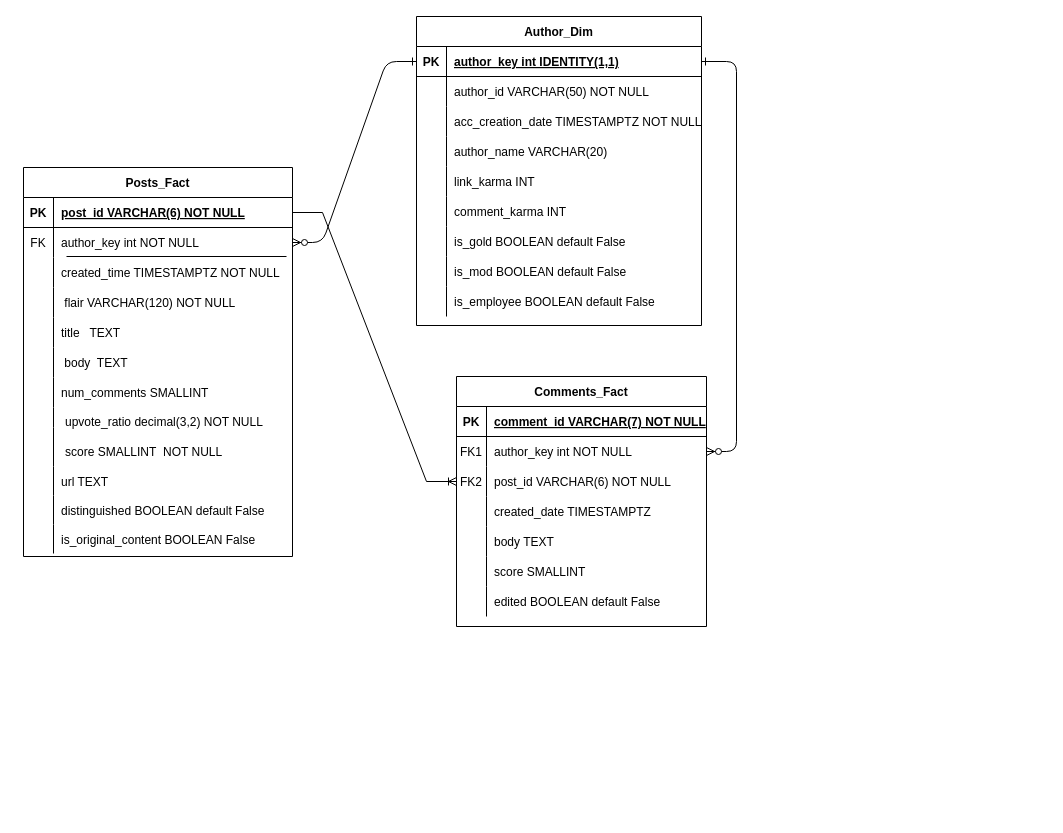
Before: Untitled Diagram.drawio in haresh-seenivasagan/singaporesub, a draw.io diagram. Source tidied: cells renumbered, new cells numbered last; positions are measured from the earlier drawing's top-left corner, leaving out a move shared by most shapes. Both pictures are drawn from the tidied source at 100%, with x=0, y=0 at pixel (23, 16).
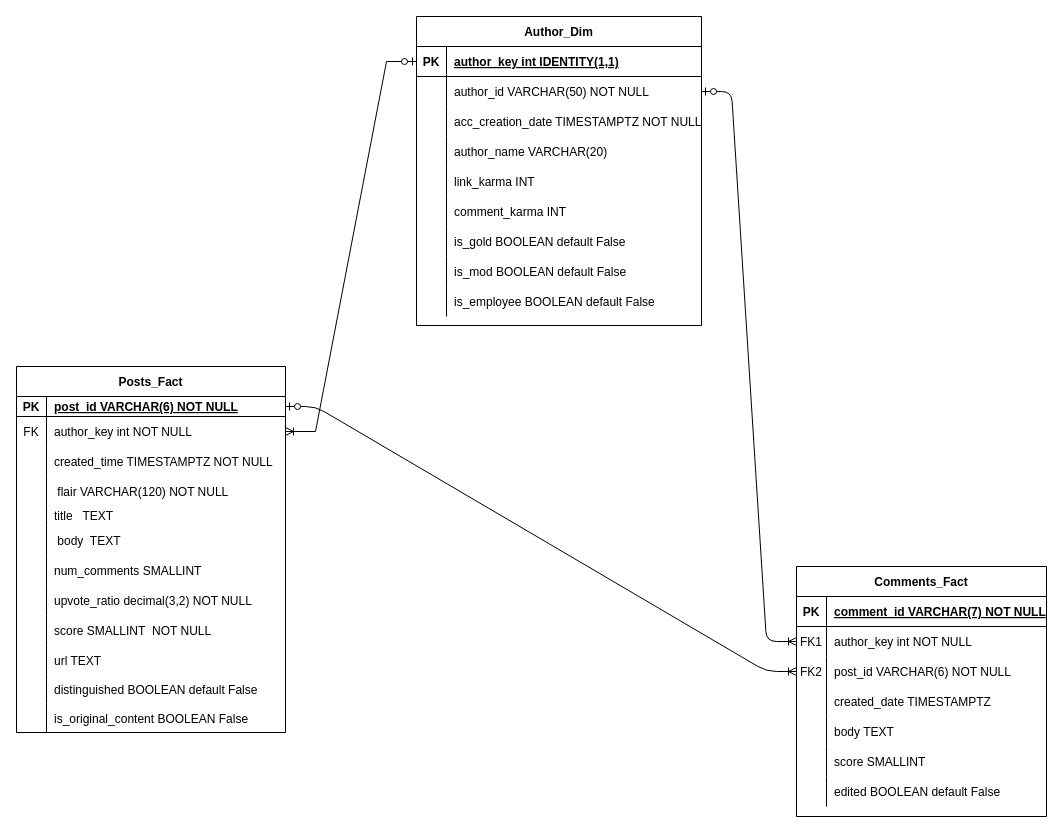
After the change.

Unchanged cells that the change refers to:
```xml
<mxCell id="5" style="shape=partialRectangle;fillColor=none;points=[[0,0.5],[1,0.5]];portConstraint=eastwest;top=0;left=0;right=0;bottom=1;" parent="4" vertex="1">
  <mxGeometry y="30" width="285" height="30" as="geometry" />
</mxCell>
<mxCell id="8" style="shape=partialRectangle;fillColor=none;points=[[0,0.5],[1,0.5]];portConstraint=eastwest;top=0;left=0;right=0;bottom=0;" parent="4" vertex="1">
  <mxGeometry y="60" width="285" height="30" as="geometry" />
</mxCell>
<mxCell id="36" style="shape=partialRectangle;fillColor=none;points=[[0,0.5],[1,0.5]];portConstraint=eastwest;top=0;left=0;right=0;bottom=0;" parent="32" vertex="1">
  <mxGeometry y="60" width="250" height="30" as="geometry" />
</mxCell>
<mxCell id="39" style="shape=partialRectangle;fillColor=none;points=[[0,0.5],[1,0.5]];portConstraint=eastwest;top=0;left=0;right=0;bottom=0;" parent="32" vertex="1">
  <mxGeometry y="90" width="250" height="30" as="geometry" />
</mxCell>
```

Diff of the diagram source:
```diff
@@
-    <mxCell id="2" style="edgeStyle=entityRelationEdgeStyle;endArrow=ERzeroToMany;startArrow=ERone;endFill=1;startFill=0;entryX=1;entryY=0.5;entryDx=0;entryDy=0;exitX=0;exitY=0.5;exitDx=0;exitDy=0;" parent="1" edge="1" source="5" target="58">
-      <mxGeometry relative="1" as="geometry" />
-    </mxCell>
-    <mxCell id="3" style="edgeStyle=entityRelationEdgeStyle;endArrow=ERzeroToMany;startArrow=ERone;endFill=1;startFill=0;" parent="1" edge="1" source="5" target="36">
-      <mxGeometry relative="1" as="geometry" />
-    </mxCell>
@@
-    <mxCell id="32" value="Comments_Fact" style="shape=table;startSize=30;childLayout=tableLayout;rowLines=0;fontStyle=1;align=center;" parent="1" vertex="1">
-      <mxGeometry x="433" y="360" width="250" height="250" as="geometry" />
+    <mxCell id="32" value="Comments_Fact" style="shape=table;startSize=30&#10;;childLayout=tableLayout;rowLines=0;fontStyle=1;align=center;" parent="1" vertex="1">
+      <mxGeometry x="773" y="550" width="250" height="250" as="geometry" />
     </mxCell>
@@
+    <mxCell id="92" style="shape=partialRectangle;overflow=hidden;fillColor=none;top=0;left=0;bottom=0;right=0;align=left;spacingLeft=6;" parent="1" vertex="1">
+      <mxGeometry x="113" y="400" width="239" height="30" as="geometry" />
+    </mxCell>
+    <mxCell id="93" style="shape=partialRectangle;overflow=hidden;fillColor=none;top=0;left=0;bottom=0;right=0;align=left;spacingLeft=6;" parent="1" vertex="1">
+      <mxGeometry x="113" y="430" width="239" height="30" as="geometry" />
+    </mxCell>
+    <mxCell id="2" style="edgeStyle=entityRelationEdgeStyle;fontSize=12;html=1;endArrow=ERoneToMany;startArrow=ERzeroToOne;rounded=0;exitX=0;exitY=0.5;exitDx=0;exitDy=0;entryX=1;entryY=0.5;entryDx=0;entryDy=0;" parent="1" edge="1" source="5" target="58">
+      <mxGeometry relative="1" as="geometry" />
+    </mxCell>
+    <mxCell id="95" style="edgeStyle=entityRelationEdgeStyle;fontSize=12;html=1;endArrow=ERoneToMany;startArrow=ERzeroToOne;rounded=1;entryX=0;entryY=0.5;entryDx=0;entryDy=0;" parent="1" edge="1" source="8" target="36">
+      <mxGeometry relative="1" as="geometry" />
+    </mxCell>
     <mxCell id="54" value="Posts_Fact" style="shape=table;startSize=30;childLayout=tableLayout;rowLines=0;fontStyle=1;align=center;" parent="1" vertex="1">
-      <mxGeometry y="151" width="269" height="389" as="geometry" />
+      <mxGeometry x="-7" y="350" width="269" height="366" as="geometry" />
     </mxCell>
     <mxCell id="55" style="shape=partialRectangle;fillColor=none;points=[[0,0.5],[1,0.5]];portConstraint=eastwest;top=0;left=0;right=0;bottom=1;" parent="54" vertex="1">
-      <mxGeometry y="30" width="269" height="30" as="geometry" />
+      <mxGeometry y="30" width="269" height="20" as="geometry" />
     </mxCell>
     <mxCell id="56" value="PK" style="shape=partialRectangle;overflow=hidden;fillColor=none;top=0;left=0;bottom=0;right=0;fontStyle=1;" parent="55" vertex="1">
-      <mxGeometry width="30" height="30" as="geometry" />
+      <mxGeometry width="30" height="20" as="geometry" />
     </mxCell>
     <mxCell id="57" value="post_id VARCHAR(6) NOT NULL" style="shape=partialRectangle;overflow=hidden;fillColor=none;top=0;left=0;bottom=0;right=0;align=left;spacingLeft=6;fontStyle=5;" parent="55" vertex="1">
-      <mxGeometry x="30" width="239" height="30" as="geometry" />
+      <mxGeometry x="30" width="239" height="20" as="geometry" />
     </mxCell>
     <mxCell id="58" style="shape=partialRectangle;fillColor=none;points=[[0,0.5],[1,0.5]];portConstraint=eastwest;top=0;left=0;right=0;bottom=0;" parent="54" vertex="1">
-      <mxGeometry y="60" width="269" height="30" as="geometry" />
+      <mxGeometry y="50" width="269" height="30" as="geometry" />
     </mxCell>
@@
     <mxCell id="61" style="shape=partialRectangle;fillColor=none;top=0;left=0;right=0;bottom=0;" parent="54" vertex="1">
-      <mxGeometry y="90" width="269" height="30" as="geometry" />
+      <mxGeometry y="80" width="269" height="30" as="geometry" />
     </mxCell>
@@
     <mxCell id="64" style="shape=partialRectangle;fillColor=none;top=0;left=0;right=0;bottom=0;" parent="54" vertex="1">
-      <mxGeometry y="120" width="269" height="30" as="geometry" />
+      <mxGeometry y="110" width="269" height="29" as="geometry" />
     </mxCell>
     <mxCell id="65" style="shape=partialRectangle;overflow=hidden;fillColor=none;top=0;left=0;bottom=0;right=0;" parent="64" vertex="1">
-      <mxGeometry width="30" height="30" as="geometry" />
+      <mxGeometry width="30" height="29" as="geometry" />
     </mxCell>
     <mxCell id="66" value=" flair VARCHAR(120) NOT NULL" style="shape=partialRectangle;overflow=hidden;fillColor=none;top=0;left=0;bottom=0;right=0;align=left;spacingLeft=6;" parent="64" vertex="1">
-      <mxGeometry x="30" width="239" height="30" as="geometry" />
+      <mxGeometry x="30" width="239" height="29" as="geometry" />
     </mxCell>
     <mxCell id="67" style="shape=partialRectangle;fillColor=none;top=0;left=0;right=0;bottom=0;" parent="54" vertex="1">
-      <mxGeometry y="150" width="269" height="30" as="geometry" />
+      <mxGeometry y="139" width="269" height="20" as="geometry" />
     </mxCell>
     <mxCell id="68" style="shape=partialRectangle;overflow=hidden;fillColor=none;top=0;left=0;bottom=0;right=0;" parent="67" vertex="1">
-      <mxGeometry width="30" height="30" as="geometry" />
+      <mxGeometry width="30" height="20" as="geometry" />
     </mxCell>
     <mxCell id="69" value="title   TEXT " style="shape=partialRectangle;overflow=hidden;fillColor=none;top=0;left=0;bottom=0;right=0;align=left;spacingLeft=6;" parent="67" vertex="1">
-      <mxGeometry x="30" width="239" height="30" as="geometry" />
+      <mxGeometry x="30" width="239" height="20" as="geometry" />
     </mxCell>
     <mxCell id="70" style="shape=partialRectangle;fillColor=none;top=0;left=0;right=0;bottom=0;" parent="54" vertex="1">
-      <mxGeometry y="180" width="269" height="30" as="geometry" />
+      <mxGeometry y="159" width="269" height="30" as="geometry" />
     </mxCell>
@@
     <mxCell id="73" style="shape=partialRectangle;fillColor=none;top=0;left=0;right=0;bottom=0;" parent="54" vertex="1">
-      <mxGeometry y="210" width="269" height="30" as="geometry" />
+      <mxGeometry y="189" width="269" height="30" as="geometry" />
     </mxCell>
@@
-    <mxCell id="76" style="shape=partialRectangle;fillColor=none;top=0;left=0;right=0;bottom=0;" parent="54" vertex="1">
-      <mxGeometry y="240" width="269" height="20" as="geometry" />
-    </mxCell>
-    <mxCell id="77" style="shape=partialRectangle;overflow=hidden;fillColor=none;top=0;left=0;bottom=0;right=0;" parent="76" vertex="1">
-      <mxGeometry width="30" height="20" as="geometry" />
-    </mxCell>
-    <mxCell id="78" style="shape=partialRectangle;overflow=hidden;fillColor=none;top=0;left=0;bottom=0;right=0;align=left;spacingLeft=6;" parent="76" vertex="1">
-      <mxGeometry x="30" width="239" height="20" as="geometry" />
-    </mxCell>
-    <mxCell id="79" style="shape=partialRectangle;fillColor=none;top=0;left=0;right=0;bottom=0;" parent="54" vertex="1">
-      <mxGeometry y="260" width="269" height="39" as="geometry" />
-    </mxCell>
-    <mxCell id="80" style="shape=partialRectangle;overflow=hidden;fillColor=none;top=0;left=0;bottom=0;right=0;" parent="79" vertex="1">
-      <mxGeometry width="30" height="39" as="geometry" />
-    </mxCell>
-    <mxCell id="81" style="shape=partialRectangle;overflow=hidden;fillColor=none;top=0;left=0;bottom=0;right=0;align=left;spacingLeft=6;" parent="79" vertex="1">
-      <mxGeometry x="30" width="239" height="39" as="geometry" />
-    </mxCell>
+    <mxCell id="96" style="shape=partialRectangle;fillColor=none;top=0;left=0;right=0;bottom=0;" parent="54" vertex="1">
+      <mxGeometry y="219" width="269" height="30" as="geometry" />
+    </mxCell>
+    <mxCell id="97" style="shape=partialRectangle;overflow=hidden;fillColor=none;top=0;left=0;bottom=0;right=0;" parent="96" vertex="1">
+      <mxGeometry width="30" height="30" as="geometry" />
+    </mxCell>
+    <mxCell id="98" value="upvote_ratio decimal(3,2) NOT NULL" style="shape=partialRectangle;overflow=hidden;fillColor=none;top=0;left=0;bottom=0;right=0;align=left;spacingLeft=6;" parent="96" vertex="1">
+      <mxGeometry x="30" width="239" height="30" as="geometry" />
+    </mxCell>
+    <mxCell id="99" style="shape=partialRectangle;fillColor=none;top=0;left=0;right=0;bottom=0;" parent="54" vertex="1">
+      <mxGeometry y="249" width="269" height="30" as="geometry" />
+    </mxCell>
+    <mxCell id="100" style="shape=partialRectangle;overflow=hidden;fillColor=none;top=0;left=0;bottom=0;right=0;" parent="99" vertex="1">
+      <mxGeometry width="30" height="30" as="geometry" />
+    </mxCell>
+    <mxCell id="101" value="score SMALLINT  NOT NULL" style="shape=partialRectangle;overflow=hidden;fillColor=none;top=0;left=0;bottom=0;right=0;align=left;spacingLeft=6;" parent="99" vertex="1">
+      <mxGeometry x="30" width="239" height="30" as="geometry" />
+    </mxCell>
     <mxCell id="82" style="shape=partialRectangle;fillColor=none;top=0;left=0;right=0;bottom=0;" parent="54" vertex="1">
-      <mxGeometry y="299" width="269" height="29" as="geometry" />
+      <mxGeometry y="279" width="269" height="29" as="geometry" />
     </mxCell>
@@
     <mxCell id="85" style="shape=partialRectangle;fillColor=none;top=0;left=0;right=0;bottom=0;" parent="54" vertex="1">
-      <mxGeometry y="328" width="269" height="29" as="geometry" />
+      <mxGeometry y="308" width="269" height="29" as="geometry" />
     </mxCell>
@@
     <mxCell id="88" style="shape=partialRectangle;fillColor=none;top=0;left=0;right=0;bottom=0;" parent="54" vertex="1">
-      <mxGeometry y="357" width="269" height="29" as="geometry" />
+      <mxGeometry y="337" width="269" height="29" as="geometry" />
     </mxCell>
@@
-    <mxCell id="91" style="endArrow=none;html=1;rounded=0;" parent="1" edge="1">
-      <mxGeometry relative="1" as="geometry">
-        <mxPoint x="43" y="240" as="sourcePoint" />
-        <mxPoint x="263" y="240" as="targetPoint" />
-      </mxGeometry>
-    </mxCell>
-    <mxCell id="92" value="upvote_ratio decimal(3,2) NOT NULL" style="shape=partialRectangle;overflow=hidden;fillColor=none;top=0;left=0;bottom=0;right=0;align=left;spacingLeft=6;" parent="1" vertex="1">
-      <mxGeometry x="34" y="390" width="239" height="30" as="geometry" />
-    </mxCell>
-    <mxCell id="93" value="score SMALLINT  NOT NULL" style="shape=partialRectangle;overflow=hidden;fillColor=none;top=0;left=0;bottom=0;right=0;align=left;spacingLeft=6;" parent="1" vertex="1">
-      <mxGeometry x="34" y="420" width="239" height="30" as="geometry" />
-    </mxCell>
-    <mxCell id="94" style="edgeStyle=entityRelationEdgeStyle;fontSize=12;html=1;endArrow=ERoneToMany;rounded=0;exitX=1;exitY=0.5;exitDx=0;exitDy=0;entryX=0;entryY=0.5;entryDx=0;entryDy=0;" parent="1" edge="1" source="55" target="39">
+    <mxCell id="94" style="edgeStyle=entityRelationEdgeStyle;fontSize=12;html=1;endArrow=ERoneToMany;startArrow=ERzeroToOne;rounded=1;exitX=1;exitY=0.5;exitDx=0;exitDy=0;entryX=0;entryY=0.5;entryDx=0;entryDy=0;" parent="1" edge="1" source="55" target="39">
       <mxGeometry relative="1" as="geometry" />
     </mxCell>
```
